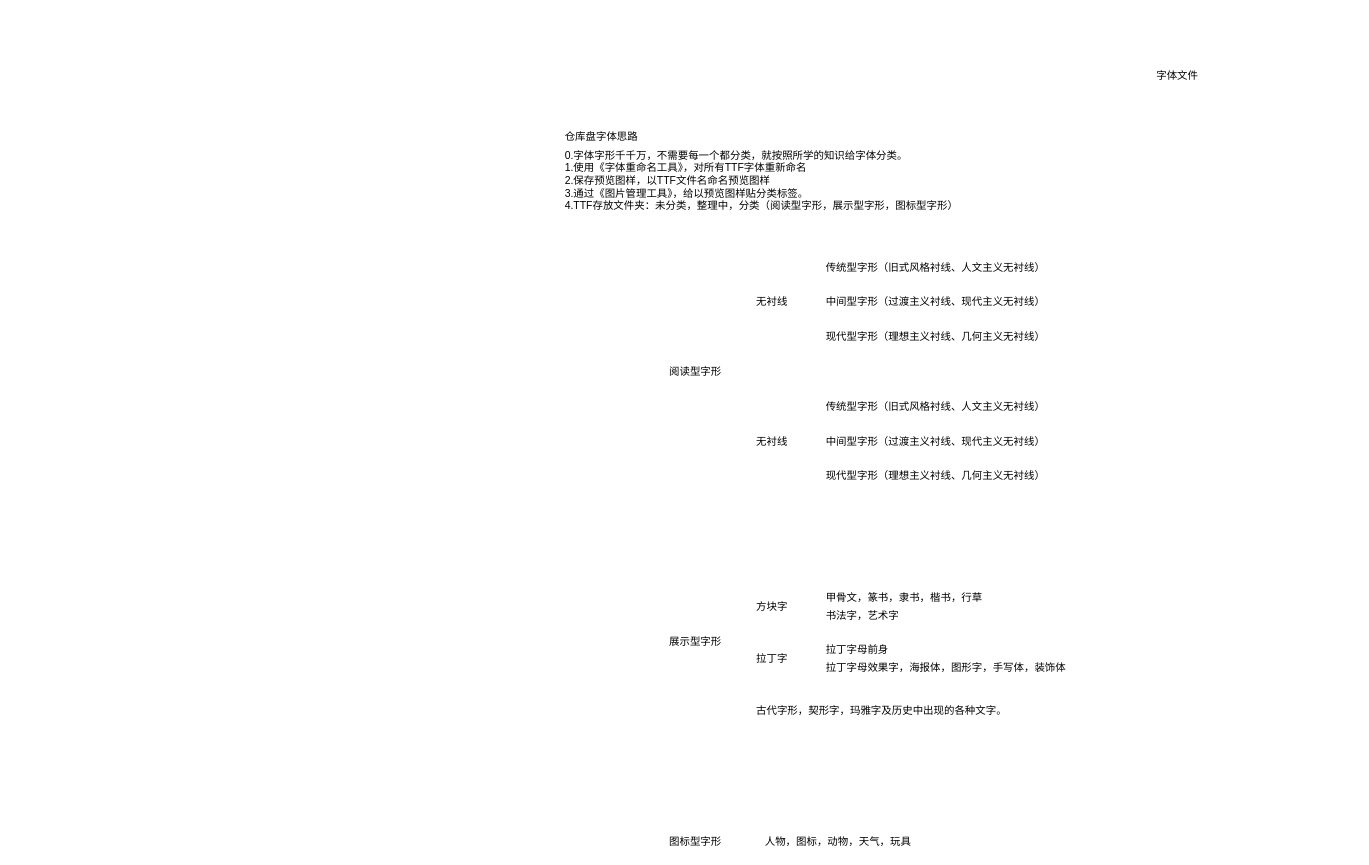
Earlier version of the draw.io diagram 字形分类.drawio (water0902/Draw.io). Source tidied: cells renumbered, new cells numbered last; positions are measured from the earlier drawing's top-left corner, leaving out a move shared by most shapes. Both pictures are drawn from the tidied source at 87%, with x=0, y=0 at pixel (563, 67).
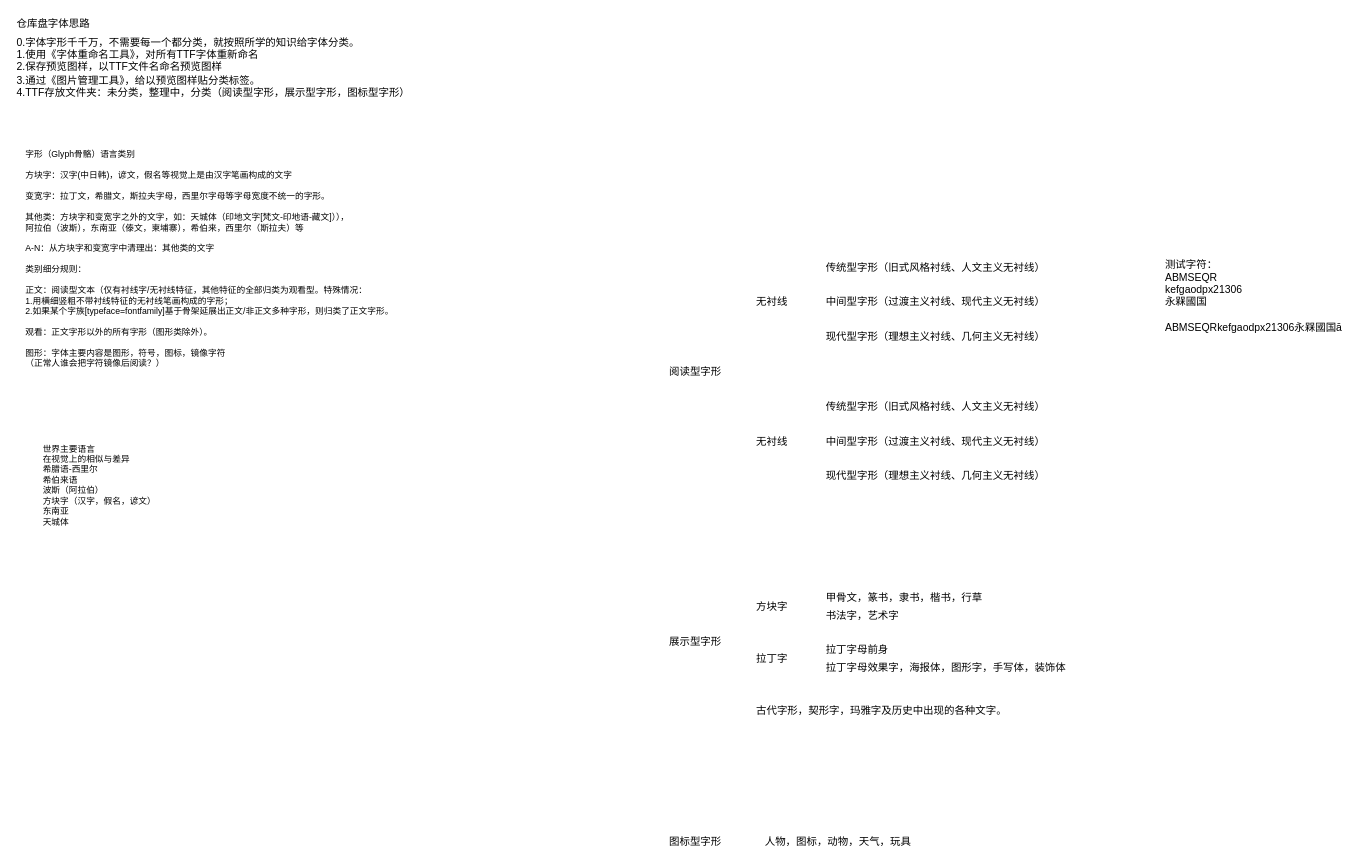
The same diagram, later.

Commit message:
更新字形分类.drawio

Change to the diagram source:
```diff
@@
     <mxCell id="2" value="仓库盘字体思路" style="text;html=1;align=left;verticalAlign=middle;fillColor=none;strokeColor=none;rounded=0;" parent="1" vertex="1">
-      <mxGeometry y="70" width="100" height="20" as="geometry" />
+      <mxGeometry x="-630" y="-60" width="100" height="20" as="geometry" />
     </mxCell>
     <mxCell id="3" value="0.字体字形千千万，不需要每一个都分类，就按照所学的知识给字体分类。&lt;br&gt;1.使用《字体重命名工具》，对所有TTF字体重新命名&lt;br&gt;2.保存预览图样，以TTF文件名命名预览图样&lt;br&gt;3.通过《图片管理工具》，给以预览图样贴分类标签。&lt;br&gt;4.TTF存放文件夹：未分类，整理中，分类（阅读型字形，展示型字形，图标型字形）" style="text;html=1;align=left;verticalAlign=middle;fillColor=none;strokeColor=none;rounded=0;" parent="1" vertex="1">
-      <mxGeometry y="90" width="470" height="80" as="geometry" />
+      <mxGeometry x="-630" y="-40" width="470" height="80" as="geometry" />
     </mxCell>
@@
-    <mxCell id="18" value="字体文件" style="text;html=1;align=left;verticalAlign=middle;fillColor=none;strokeColor=none;rounded=0;" parent="1" vertex="1">
-      <mxGeometry x="680" width="60" height="20" as="geometry" />
-    </mxCell>
@@
+    <mxCell id="24" value="测试字符：&lt;br&gt;&lt;div&gt;ABMSEQR&lt;/div&gt;&lt;div&gt;kefgaodpx21306&lt;/div&gt;&lt;div&gt;永槑國国&lt;/div&gt;&lt;div&gt;&lt;br&gt;&lt;/div&gt;&lt;div&gt;ABMSEQRkefgaodpx21306永槑國国ā&lt;/div&gt;&lt;div&gt;&lt;br&gt;&lt;/div&gt;" style="text;html=1;align=left;verticalAlign=middle;fillColor=none;strokeColor=none;rounded=0;" parent="1" vertex="1">
+      <mxGeometry x="690" y="220" width="220" height="100" as="geometry" />
+    </mxCell>
+    <mxCell id="25" value="&lt;div style=&quot;font-size: 10px&quot;&gt;&lt;font style=&quot;font-size: 10px&quot;&gt;字形（Glyph骨骼）语言类别&lt;/font&gt;&lt;/div&gt;&lt;div style=&quot;font-size: 10px&quot;&gt;&lt;font style=&quot;font-size: 10px&quot;&gt;&lt;br&gt;&lt;/font&gt;&lt;/div&gt;&lt;div style=&quot;font-size: 10px&quot;&gt;&lt;font style=&quot;font-size: 10px&quot;&gt;方块字：汉字(中日韩)，谚文，假名等视觉上是由汉字笔画构成的文字&lt;/font&gt;&lt;/div&gt;&lt;div style=&quot;font-size: 10px&quot;&gt;&lt;font style=&quot;font-size: 10px&quot;&gt;&lt;br style=&quot;font-size: 10px&quot;&gt;&lt;/font&gt;&lt;/div&gt;&lt;div style=&quot;font-size: 10px&quot;&gt;&lt;font style=&quot;font-size: 10px&quot;&gt;变宽字：拉丁文，希腊文，斯拉夫字母，西里尔字母等字母宽度不统一的字形。&lt;/font&gt;&lt;/div&gt;&lt;div style=&quot;font-size: 10px&quot;&gt;&lt;font style=&quot;font-size: 10px&quot;&gt;&lt;br&gt;&lt;/font&gt;&lt;/div&gt;&lt;div style=&quot;font-size: 10px&quot;&gt;&lt;font style=&quot;font-size: 10px&quot;&gt;其他类：方块字和变宽字之外的文字，如：天城体（印地文字[梵文-印地语-藏文]）），&lt;/font&gt;&lt;/div&gt;&lt;div style=&quot;font-size: 10px&quot;&gt;&lt;font style=&quot;font-size: 10px&quot;&gt;阿拉伯（波斯），东南亚（傣文，柬埔寨），希伯来，西里尔（斯拉夫）等&lt;/font&gt;&lt;/div&gt;&lt;div style=&quot;font-size: 10px&quot;&gt;&lt;font style=&quot;font-size: 10px&quot;&gt;&lt;br style=&quot;font-size: 10px&quot;&gt;&lt;/font&gt;&lt;/div&gt;&lt;div style=&quot;font-size: 10px&quot;&gt;&lt;font style=&quot;font-size: 10px&quot;&gt;A-N：从方块字和变宽字中清理出：其他类的文字&lt;/font&gt;&lt;/div&gt;&lt;div style=&quot;font-size: 10px&quot;&gt;&lt;font style=&quot;font-size: 10px&quot;&gt;&lt;br style=&quot;font-size: 10px&quot;&gt;&lt;/font&gt;&lt;/div&gt;&lt;div style=&quot;font-size: 10px&quot;&gt;&lt;font style=&quot;font-size: 10px&quot;&gt;类别细分规则：&lt;/font&gt;&lt;/div&gt;&lt;div style=&quot;font-size: 10px&quot;&gt;&lt;font style=&quot;font-size: 10px&quot;&gt;&lt;br style=&quot;font-size: 10px&quot;&gt;&lt;/font&gt;&lt;/div&gt;&lt;div style=&quot;font-size: 10px&quot;&gt;&lt;font style=&quot;font-size: 10px&quot;&gt;正文：阅读型文本（仅有衬线字/无衬线特征，其他特征的全部归类为观看型。特殊情况：&lt;/font&gt;&lt;/div&gt;&lt;div style=&quot;font-size: 10px&quot;&gt;&lt;font style=&quot;font-size: 10px&quot;&gt;1.用横细竖粗不带衬线特征的无衬线笔画构成的字形；&lt;/font&gt;&lt;/div&gt;&lt;div style=&quot;font-size: 10px&quot;&gt;&lt;font style=&quot;font-size: 10px&quot;&gt;2.如果某个字族[typeface=fontfamily]基于骨架延展出正文/非正文多种字形，则归类了正文字形。&lt;/font&gt;&lt;/div&gt;&lt;div style=&quot;font-size: 10px&quot;&gt;&lt;font style=&quot;font-size: 10px&quot;&gt;&lt;br style=&quot;font-size: 10px&quot;&gt;&lt;/font&gt;&lt;/div&gt;&lt;div style=&quot;font-size: 10px&quot;&gt;&lt;font style=&quot;font-size: 10px&quot;&gt;观看：正文字形以外的所有字形（图形类除外）。&lt;/font&gt;&lt;/div&gt;&lt;div style=&quot;font-size: 10px&quot;&gt;&lt;font style=&quot;font-size: 10px&quot;&gt;&lt;br style=&quot;font-size: 10px&quot;&gt;&lt;/font&gt;&lt;/div&gt;&lt;div style=&quot;font-size: 10px&quot;&gt;&lt;font style=&quot;font-size: 10px&quot;&gt;图形：字体主要内容是图形，符号，图标，镜像字符&lt;/font&gt;&lt;/div&gt;&lt;div style=&quot;font-size: 10px&quot;&gt;&lt;font style=&quot;font-size: 10px&quot;&gt;（正常人谁会把字符镜像后阅读？）&lt;/font&gt;&lt;/div&gt;" style="text;html=1;align=left;verticalAlign=middle;fillColor=none;strokeColor=none;rounded=0;fontSize=10;" parent="1" vertex="1">
+      <mxGeometry x="-620" y="90" width="520" height="260" as="geometry" />
+    </mxCell>
+    <mxCell id="26" value="&lt;div style=&quot;font-size: 10px&quot;&gt;世界主要语言&lt;/div&gt;&lt;div style=&quot;font-size: 10px&quot;&gt;在视觉上的相似与差异&lt;/div&gt;&lt;div style=&quot;font-size: 10px&quot;&gt;希腊语-西里尔&lt;/div&gt;&lt;div style=&quot;font-size: 10px&quot;&gt;希伯来语&lt;/div&gt;&lt;div style=&quot;font-size: 10px&quot;&gt;波斯（阿拉伯&lt;span&gt;）&lt;/span&gt;&lt;/div&gt;&lt;div style=&quot;font-size: 10px&quot;&gt;&lt;span&gt;方块字（汉字，假名，谚文）&lt;/span&gt;&lt;/div&gt;&lt;div style=&quot;font-size: 10px&quot;&gt;&lt;span&gt;东南亚&lt;/span&gt;&lt;/div&gt;&lt;div style=&quot;font-size: 10px&quot;&gt;&lt;span&gt;天城体&lt;/span&gt;&lt;/div&gt;" style="text;html=1;align=left;verticalAlign=middle;fillColor=none;strokeColor=none;rounded=0;fontSize=10;" parent="1" vertex="1">
+      <mxGeometry x="-600" y="430" width="170" height="100" as="geometry" />
+    </mxCell>
```
